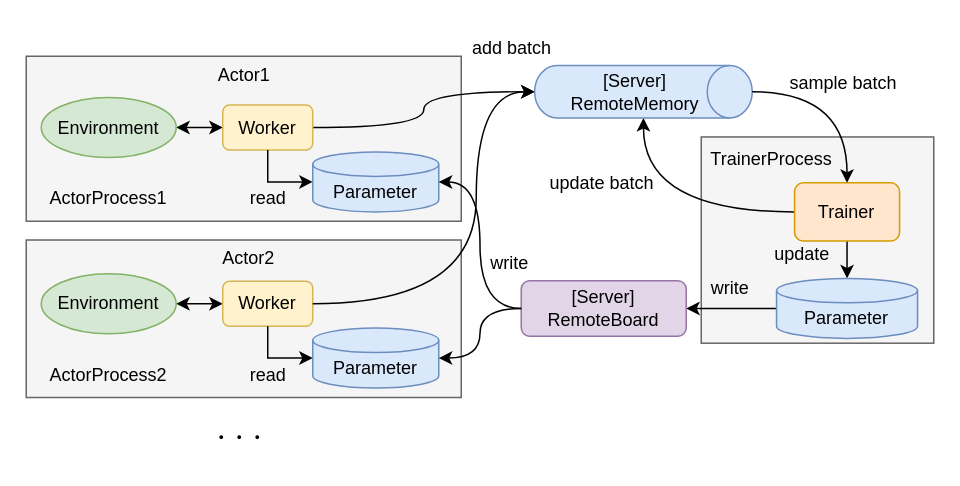
pocokhc/simple_distributed_rl keeps this draw.io diagram as page "distributed" (2 of 3) of diagrams/overview.drawio. Above is the earlier version. Source tidied: cells renumbered, new cells numbered last; positions are measured from the earlier drawing's top-left corner, leaving out a move shared by most shapes. Both pictures are drawn from the tidied source at 150%, with x=0, y=0 at pixel (26, -18).
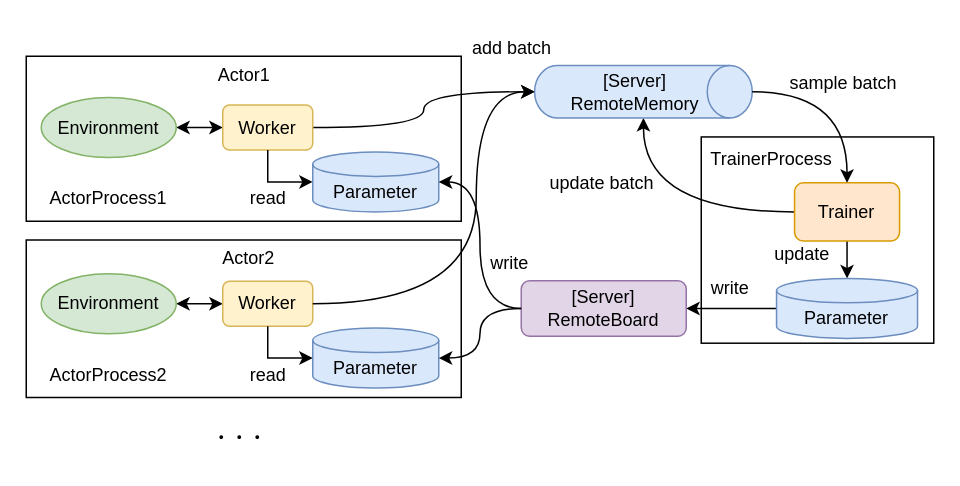
The same page after the edit.

Diff of the diagram source:
```diff
@@
-    <mxCell id="2" style="rounded=0;whiteSpace=wrap;html=1;fillColor=#f5f5f5;fontColor=#333333;strokeColor=#666666;" parent="1" vertex="1">
+    <mxCell id="2" style="rounded=0;whiteSpace=wrap;html=1;" parent="1" vertex="1">
       <mxGeometry x="450" y="102.8" width="155" height="137.5" as="geometry" />
     </mxCell>
-    <mxCell id="3" style="rounded=0;whiteSpace=wrap;html=1;fillColor=#f5f5f5;fontColor=#333333;strokeColor=#666666;" parent="1" vertex="1">
+    <mxCell id="3" style="rounded=0;whiteSpace=wrap;html=1;" parent="1" vertex="1">
       <mxGeometry y="49" width="290" height="110" as="geometry" />
     </mxCell>
@@
-    <mxCell id="26" style="rounded=0;whiteSpace=wrap;html=1;fillColor=#f5f5f5;fontColor=#333333;strokeColor=#666666;" parent="1" vertex="1">
+    <mxCell id="26" style="rounded=0;whiteSpace=wrap;html=1;" parent="1" vertex="1">
       <mxGeometry y="171.5" width="290" height="105" as="geometry" />
     </mxCell>
```
